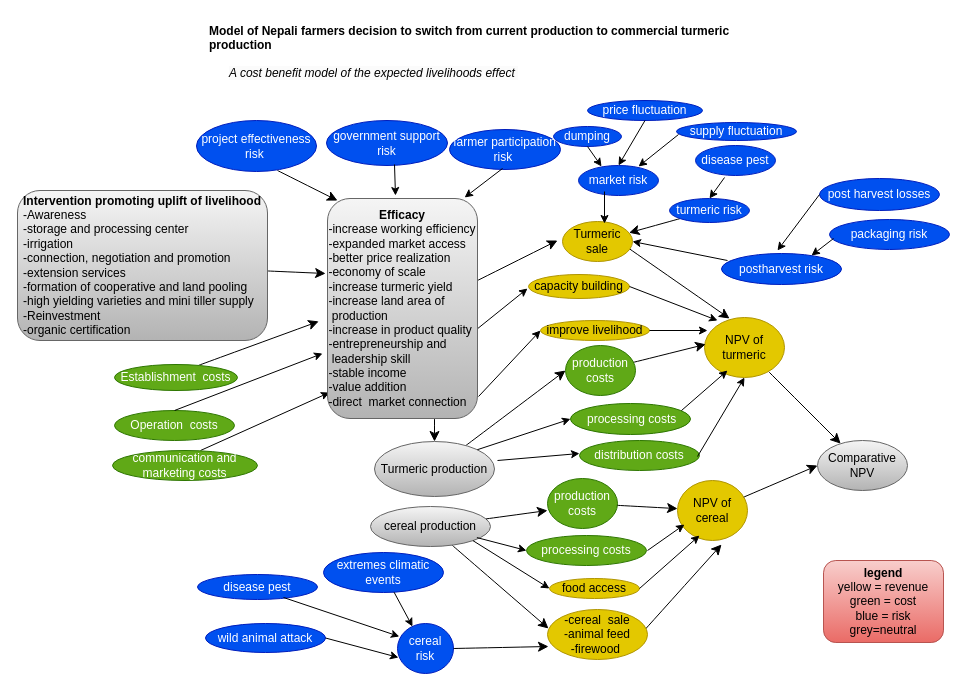
This is Untitled Diagram.drawio from AditiBista/nepal_turmeric, a draw.io file, before an edit. Source tidied: cells renumbered, new cells numbered last; positions are measured from the earlier drawing's top-left corner, leaving out a move shared by most shapes. Both pictures are drawn from the tidied source at 100%, with x=0, y=0 at pixel (17, 17).
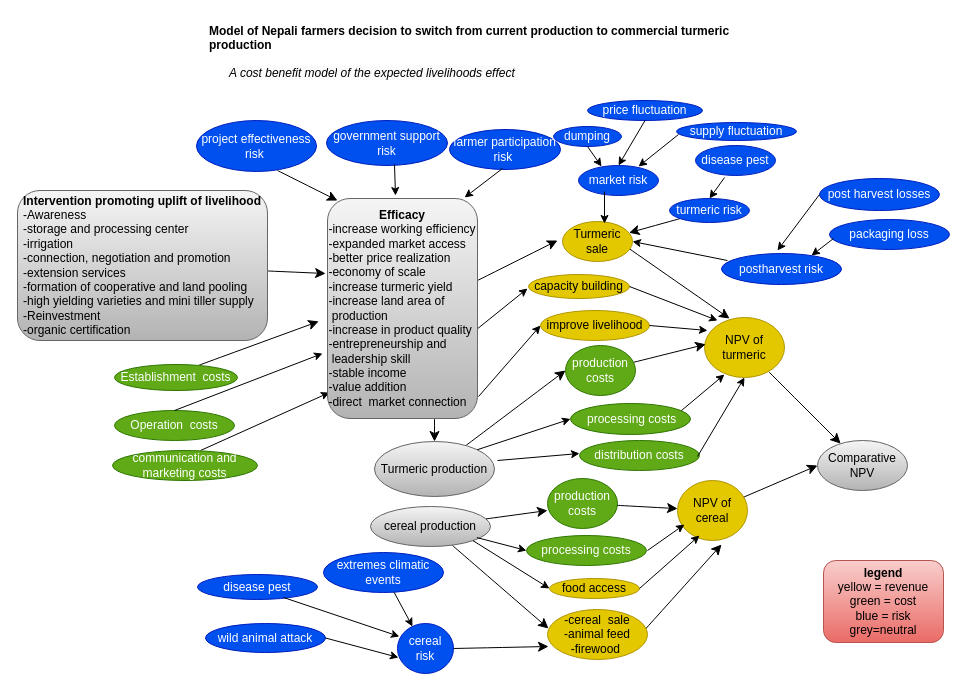
The same diagram, later.

Unchanged cells that the change refers to:
```xml
<mxCell id="10" value="NPV of turmeric" style="ellipse;whiteSpace=wrap;html=1;fontSize=12;strokeWidth=1;fillColor=#e3c800;fontColor=#000000;strokeColor=#B09500;" parent="1" vertex="1">
  <mxGeometry x="687" y="300" width="80" height="60" as="geometry" />
</mxCell>
```

Change to the diagram source:
```diff
@@
     <mxCell id="45" value="improve livelihood" style="ellipse;whiteSpace=wrap;html=1;fillColor=#e3c800;fontColor=#000000;strokeColor=#B09500;" parent="1" vertex="1">
-      <mxGeometry x="523" y="303" width="109" height="20" as="geometry" />
+      <mxGeometry x="523" y="293" width="109" height="30" as="geometry" />
     </mxCell>
@@
-    <mxCell id="58" style="endArrow=classic;html=1;rounded=0;" parent="1" edge="1">
+    <mxCell id="58" style="endArrow=classic;html=1;rounded=0;entryX=0.25;entryY=0.95;entryDx=0;entryDy=0;entryPerimeter=0;" parent="1" edge="1" target="10">
       <mxGeometry relative="1" as="geometry">
         <mxPoint x="664" y="393" as="sourcePoint" />
-        <mxPoint x="710" y="353" as="targetPoint" />
       </mxGeometry>
     </mxCell>
@@
-    <mxCell id="67" value="packaging risk" style="ellipse;whiteSpace=wrap;html=1;fillColor=#0050ef;fontColor=#ffffff;strokeColor=#001DBC;" parent="1" vertex="1">
+    <mxCell id="67" value="packaging loss" style="ellipse;whiteSpace=wrap;html=1;fillColor=#0050ef;fontColor=#ffffff;strokeColor=#001DBC;" parent="1" vertex="1">
       <mxGeometry x="812" y="202" width="120" height="30" as="geometry" />
     </mxCell>
```
